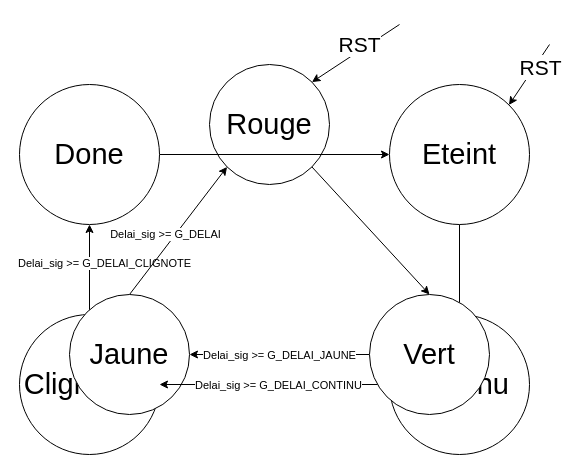
JamesFullum/ELE739 keeps this draw.io diagram as MEF_FPTP.drawio. Above is the earlier version. Source tidied: cells renumbered, new cells numbered last; positions are measured from the earlier drawing's top-left corner, leaving out a move shared by most shapes. Both pictures are drawn from the tidied source at 100%, with x=0, y=0 at pixel (19, 24).
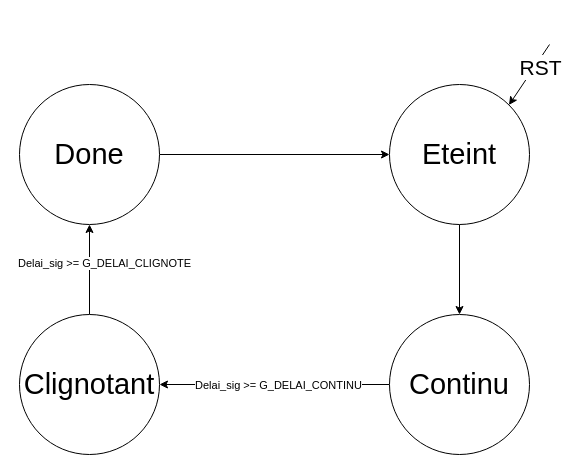
Above is the later version.

The edit, as a diff of the source:
```diff
@@
-    <mxCell id="3" style="rounded=0;jettySize=auto;html=1;exitX=1;exitY=1;exitDx=0;exitDy=0;entryX=0.5;entryY=0;entryDx=0;entryDy=0;" parent="1" edge="1" source="5" target="17">
-      <mxGeometry relative="1" as="geometry" />
-    </mxCell>
@@
-    <mxCell id="5" value="&lt;font style=&quot;font-size: 29px;&quot;&gt;Rouge&lt;/font&gt;" style="ellipse;whiteSpace=wrap;html=1;" parent="1" vertex="1">
-      <mxGeometry x="190" y="40" width="120" height="120" as="geometry" />
-    </mxCell>
@@
-    <mxCell id="8" style="rounded=0;jettySize=auto;html=1;exitX=0.5;exitY=0;exitDx=0;exitDy=0;entryX=0;entryY=1;entryDx=0;entryDy=0;" parent="1" edge="1" source="11" target="5">
-      <mxGeometry relative="1" as="geometry" />
-    </mxCell>
-    <mxCell id="9" value="Delai_sig &amp;gt;= G_DELAI" style="edgeLabel;html=1;align=center;verticalAlign=middle;" parent="8" vertex="1">
-      <mxGeometry x="-0.57" y="-1" relative="1" as="geometry">
-        <mxPoint x="13" y="-33" as="offset" />
-      </mxGeometry>
-    </mxCell>
@@
-    <mxCell id="11" value="&lt;font style=&quot;font-size: 29px;&quot;&gt;Jaune&lt;br&gt;&lt;/font&gt;" style="ellipse;whiteSpace=wrap;html=1;" parent="1" vertex="1">
-      <mxGeometry x="50" y="270" width="120" height="120" as="geometry" />
-    </mxCell>
@@
-    <mxCell id="14" style="edgeStyle=orthogonalEdgeStyle;rounded=0;jettySize=auto;html=1;exitX=0;exitY=0.5;exitDx=0;exitDy=0;" parent="1" edge="1" source="17" target="11">
-      <mxGeometry relative="1" as="geometry" />
-    </mxCell>
-    <mxCell id="15" value="Delai_sig &amp;gt;= G_DELAI_JAUNE" style="edgeLabel;html=1;align=center;verticalAlign=middle;" parent="14" vertex="1">
-      <mxGeometry x="-0.16" y="-4" relative="1" as="geometry">
-        <mxPoint x="-15" y="4" as="offset" />
-      </mxGeometry>
-    </mxCell>
@@
-    <mxCell id="17" value="&lt;span style=&quot;font-size: 29px;&quot;&gt;Vert&lt;/span&gt;" style="ellipse;whiteSpace=wrap;html=1;" parent="1" vertex="1">
-      <mxGeometry x="350" y="270" width="120" height="120" as="geometry" />
-    </mxCell>
@@
-    <mxCell id="20" style="endArrow=classic;html=1;rounded=0;entryX=1;entryY=0;entryDx=0;entryDy=0;" parent="1" edge="1" target="5">
-      <mxGeometry relative="1" as="geometry">
-        <mxPoint x="380" as="sourcePoint" />
-      </mxGeometry>
-    </mxCell>
-    <mxCell id="21" value="&lt;font style=&quot;font-size: 21px;&quot;&gt;RST&lt;/font&gt;" style="edgeLabel;html=1;align=center;verticalAlign=middle;" parent="20" vertex="1">
-      <mxGeometry x="0.37" y="-4" relative="1" as="geometry">
-        <mxPoint x="22" y="-17" as="offset" />
-      </mxGeometry>
-    </mxCell>
```
